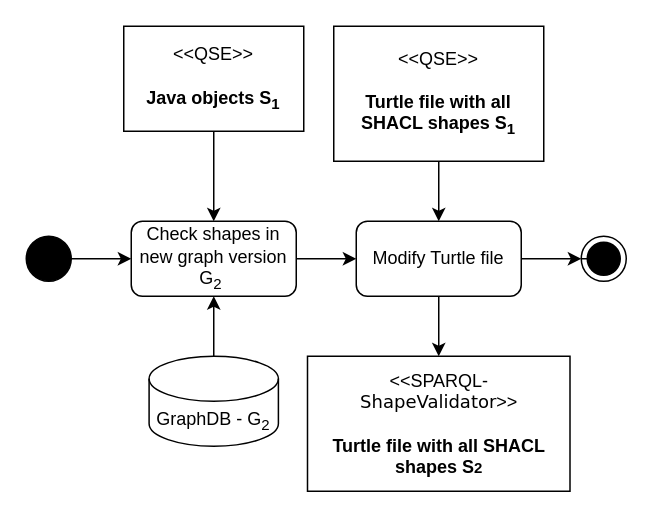
Above: page "Seite-2" (2 of 2) of QseEvolvingKgWebApp/notes/Schreiben/ActivityDiagram.drawio in Eva0410/QseEvolvingKg (draw.io), before the change. Source tidied: cells renumbered, new cells numbered last; positions are measured from the earlier drawing's top-left corner, leaving out a move shared by most shapes. Both pictures are drawn from the tidied source at 150%, with x=0, y=0 at pixel (26, 26).
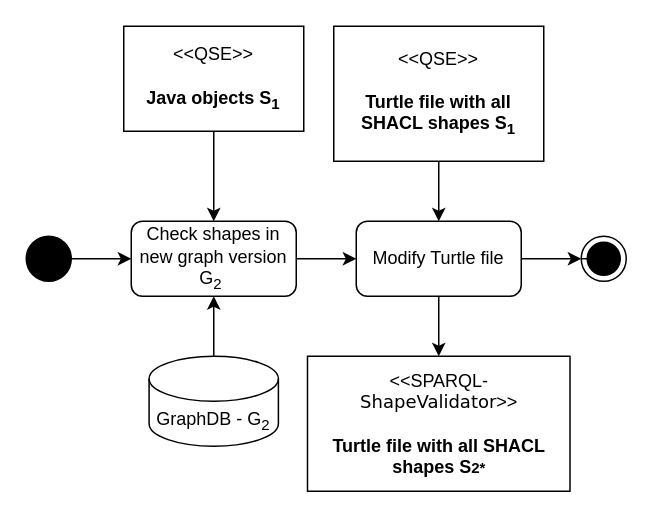
Above is the later version.

Change to the diagram source:
```diff
@@
-    <mxCell id="17" value="&amp;lt;&amp;lt;SPARQL-&lt;div&gt;&lt;span style=&quot;font-family: Verdana; text-align: left; text-wrap: nowrap; background-color: initial;&quot;&gt;ShapeValidator&lt;/span&gt;&amp;gt;&amp;gt;&lt;br&gt;&lt;br&gt;&lt;b&gt;Turtle file with all SHACL shapes S&lt;span style=&quot;font-size: 10px;&quot;&gt;2&lt;/span&gt;&lt;/b&gt;&lt;/div&gt;" style="html=1;align=center;verticalAlign=middle;dashed=0;whiteSpace=wrap;" parent="1" vertex="1">
+    <mxCell id="17" value="&amp;lt;&amp;lt;SPARQL-&lt;div&gt;&lt;span style=&quot;font-family: Verdana; text-align: left; text-wrap: nowrap; background-color: initial;&quot;&gt;ShapeValidator&lt;/span&gt;&amp;gt;&amp;gt;&lt;br&gt;&lt;br&gt;&lt;b&gt;Turtle file with all SHACL shapes S&lt;span style=&quot;font-size: 10px;&quot;&gt;2*&lt;/span&gt;&lt;/b&gt;&lt;/div&gt;" style="html=1;align=center;verticalAlign=middle;dashed=0;whiteSpace=wrap;" parent="1" vertex="1">
       <mxGeometry x="187.5" y="220" width="175" height="90" as="geometry" />
     </mxCell>
```
